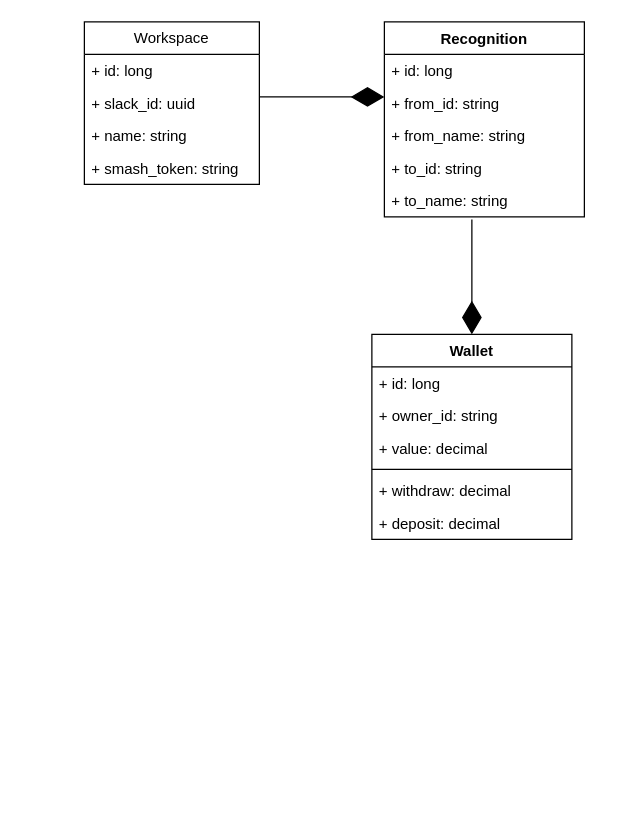
jaya/kudos-jaya keeps this draw.io diagram as page "Classes" (1 of 2) of kudos-jaya.drawio. Above is the earlier version. Source tidied: cells renumbered, new cells numbered last; positions are measured from the earlier drawing's top-left corner, leaving out a move shared by most shapes. Both pictures are drawn from the tidied source at 125%, with x=0, y=0 at pixel (84, 21).
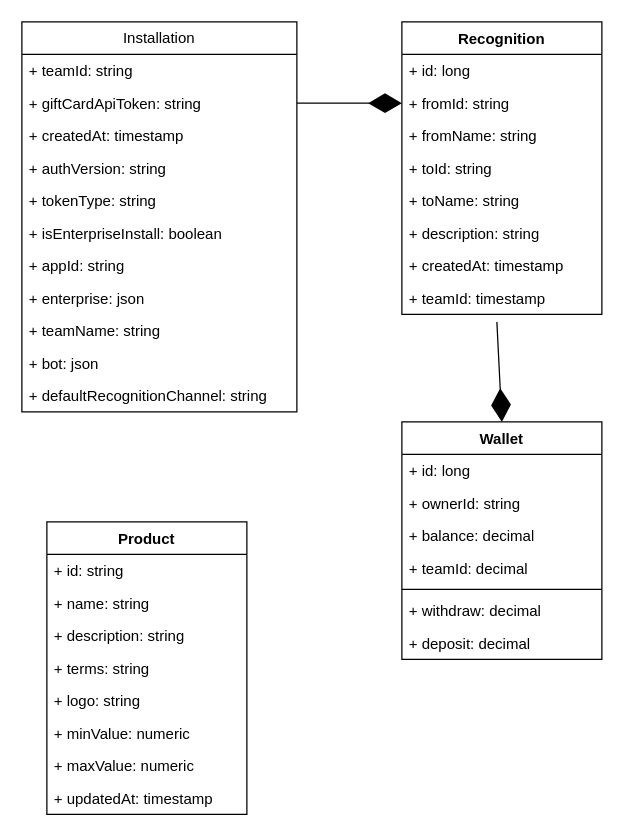
After the change.

Change to the diagram source:
```diff
@@
-    <mxCell id="2" value="Workspace" style="swimlane;fontStyle=0;horizontal=1;startSize=26;fillColor=none;whiteSpace=wrap;html=1;" parent="1" vertex="1">
-      <mxGeometry width="140" height="130" as="geometry" />
+    <mxCell id="2" value="Installation" style="swimlane;fontStyle=0;horizontal=1;startSize=26;fillColor=none;whiteSpace=wrap;html=1;" parent="1" vertex="1">
+      <mxGeometry x="-50" width="220" height="312" as="geometry" />
     </mxCell>
-    <mxCell id="3" value="+ id: long" style="text;strokeColor=none;fillColor=none;align=left;verticalAlign=top;spacingLeft=4;spacingRight=4;overflow=hidden;whiteSpace=wrap;html=1;" parent="2" vertex="1">
-      <mxGeometry y="26" width="140" height="26" as="geometry" />
+    <mxCell id="3" value="+ teamId: string" style="text;strokeColor=none;fillColor=none;align=left;verticalAlign=top;spacingLeft=4;spacingRight=4;overflow=hidden;whiteSpace=wrap;html=1;" parent="2" vertex="1">
+      <mxGeometry y="26" width="220" height="26" as="geometry" />
     </mxCell>
-    <mxCell id="4" value="+ slack_id: uuid" style="text;strokeColor=none;fillColor=none;align=left;verticalAlign=top;spacingLeft=4;spacingRight=4;overflow=hidden;points=[[0,0.5],[1,0.5]];portConstraint=eastwest;whiteSpace=wrap;html=1;" parent="2" vertex="1">
-      <mxGeometry y="52" width="140" height="26" as="geometry" />
+    <mxCell id="4" value="+ giftCardApiToken: string" style="text;strokeColor=none;fillColor=none;align=left;verticalAlign=top;spacingLeft=4;spacingRight=4;overflow=hidden;points=[[0,0.5],[1,0.5]];portConstraint=eastwest;whiteSpace=wrap;html=1;" parent="2" vertex="1">
+      <mxGeometry y="52" width="220" height="26" as="geometry" />
     </mxCell>
-    <mxCell id="5" value="+ name: string" style="text;strokeColor=none;fillColor=none;align=left;verticalAlign=top;spacingLeft=4;spacingRight=4;overflow=hidden;whiteSpace=wrap;html=1;" parent="2" vertex="1">
-      <mxGeometry y="78" width="140" height="26" as="geometry" />
+    <mxCell id="5" value="+ createdAt: timestamp" style="text;strokeColor=none;fillColor=none;align=left;verticalAlign=top;spacingLeft=4;spacingRight=4;overflow=hidden;whiteSpace=wrap;html=1;" parent="2" vertex="1">
+      <mxGeometry y="78" width="220" height="26" as="geometry" />
     </mxCell>
-    <mxCell id="6" value="+ smash_token: string" style="text;strokeColor=none;fillColor=none;align=left;verticalAlign=top;spacingLeft=4;spacingRight=4;overflow=hidden;whiteSpace=wrap;html=1;" parent="2" vertex="1">
-      <mxGeometry y="104" width="140" height="26" as="geometry" />
-    </mxCell>
+    <mxCell id="22" value="+ authVersion: string" style="text;strokeColor=none;fillColor=none;align=left;verticalAlign=top;spacingLeft=4;spacingRight=4;overflow=hidden;whiteSpace=wrap;html=1;" parent="2" vertex="1">
+      <mxGeometry y="104" width="220" height="26" as="geometry" />
+    </mxCell>
+    <mxCell id="23" value="+ tokenType: string" style="text;strokeColor=none;fillColor=none;align=left;verticalAlign=top;spacingLeft=4;spacingRight=4;overflow=hidden;whiteSpace=wrap;html=1;" parent="2" vertex="1">
+      <mxGeometry y="130" width="220" height="26" as="geometry" />
+    </mxCell>
+    <mxCell id="24" value="+ isEnterpriseInstall: boolean" style="text;strokeColor=none;fillColor=none;align=left;verticalAlign=top;spacingLeft=4;spacingRight=4;overflow=hidden;whiteSpace=wrap;html=1;" parent="2" vertex="1">
+      <mxGeometry y="156" width="220" height="26" as="geometry" />
+    </mxCell>
+    <mxCell id="25" value="+ appId: string" style="text;strokeColor=none;fillColor=none;align=left;verticalAlign=top;spacingLeft=4;spacingRight=4;overflow=hidden;whiteSpace=wrap;html=1;" parent="2" vertex="1">
+      <mxGeometry y="182" width="220" height="26" as="geometry" />
+    </mxCell>
+    <mxCell id="26" value="+ enterprise: json" style="text;strokeColor=none;fillColor=none;align=left;verticalAlign=top;spacingLeft=4;spacingRight=4;overflow=hidden;whiteSpace=wrap;html=1;" parent="2" vertex="1">
+      <mxGeometry y="208" width="220" height="26" as="geometry" />
+    </mxCell>
+    <mxCell id="27" value="+ teamName: string" style="text;strokeColor=none;fillColor=none;align=left;verticalAlign=top;spacingLeft=4;spacingRight=4;overflow=hidden;whiteSpace=wrap;html=1;" parent="2" vertex="1">
+      <mxGeometry y="234" width="220" height="26" as="geometry" />
+    </mxCell>
+    <mxCell id="28" value="+ bot: json" style="text;strokeColor=none;fillColor=none;align=left;verticalAlign=top;spacingLeft=4;spacingRight=4;overflow=hidden;whiteSpace=wrap;html=1;" parent="2" vertex="1">
+      <mxGeometry y="260" width="220" height="26" as="geometry" />
+    </mxCell>
+    <mxCell id="29" value="+ defaultRecognitionChannel: string" style="text;strokeColor=none;fillColor=none;align=left;verticalAlign=top;spacingLeft=4;spacingRight=4;overflow=hidden;whiteSpace=wrap;html=1;" parent="2" vertex="1">
+      <mxGeometry y="286" width="220" height="26" as="geometry" />
+    </mxCell>
     <mxCell id="7" value="Recognition" style="swimlane;fontStyle=1;align=center;verticalAlign=top;horizontal=1;startSize=26;whiteSpace=wrap;html=1;" parent="1" vertex="1">
-      <mxGeometry x="240" width="160" height="156" as="geometry" />
+      <mxGeometry x="254" width="160" height="234" as="geometry" />
     </mxCell>
@@
-    <mxCell id="9" value="+ from_id: string" style="text;strokeColor=none;fillColor=none;align=left;verticalAlign=top;spacingLeft=4;spacingRight=4;overflow=hidden;points=[[0,0.5],[1,0.5]];portConstraint=eastwest;whiteSpace=wrap;html=1;" parent="7" vertex="1">
+    <mxCell id="9" value="+ fromId: string" style="text;strokeColor=none;fillColor=none;align=left;verticalAlign=top;spacingLeft=4;spacingRight=4;overflow=hidden;points=[[0,0.5],[1,0.5]];portConstraint=eastwest;whiteSpace=wrap;html=1;" parent="7" vertex="1">
       <mxGeometry y="52" width="160" height="26" as="geometry" />
     </mxCell>
-    <mxCell id="10" value="+ from_name: string" style="text;strokeColor=none;fillColor=none;align=left;verticalAlign=top;spacingLeft=4;spacingRight=4;overflow=hidden;whiteSpace=wrap;html=1;" parent="7" vertex="1">
+    <mxCell id="10" value="+ fromName: string" style="text;strokeColor=none;fillColor=none;align=left;verticalAlign=top;spacingLeft=4;spacingRight=4;overflow=hidden;whiteSpace=wrap;html=1;" parent="7" vertex="1">
       <mxGeometry y="78" width="160" height="26" as="geometry" />
     </mxCell>
-    <mxCell id="11" value="+ to_id: string" style="text;strokeColor=none;fillColor=none;align=left;verticalAlign=top;spacingLeft=4;spacingRight=4;overflow=hidden;whiteSpace=wrap;html=1;" parent="7" vertex="1">
+    <mxCell id="11" value="+ toId: string" style="text;strokeColor=none;fillColor=none;align=left;verticalAlign=top;spacingLeft=4;spacingRight=4;overflow=hidden;whiteSpace=wrap;html=1;" parent="7" vertex="1">
       <mxGeometry y="104" width="160" height="26" as="geometry" />
     </mxCell>
-    <mxCell id="12" value="+ to_name: string" style="text;strokeColor=none;fillColor=none;align=left;verticalAlign=top;spacingLeft=4;spacingRight=4;overflow=hidden;whiteSpace=wrap;html=1;" parent="7" vertex="1">
+    <mxCell id="12" value="+ toName: string" style="text;strokeColor=none;fillColor=none;align=left;verticalAlign=top;spacingLeft=4;spacingRight=4;overflow=hidden;whiteSpace=wrap;html=1;" parent="7" vertex="1">
       <mxGeometry y="130" width="160" height="26" as="geometry" />
     </mxCell>
+    <mxCell id="30" value="+ description: string" style="text;strokeColor=none;fillColor=none;align=left;verticalAlign=top;spacingLeft=4;spacingRight=4;overflow=hidden;whiteSpace=wrap;html=1;" parent="7" vertex="1">
+      <mxGeometry y="156" width="160" height="26" as="geometry" />
+    </mxCell>
+    <mxCell id="31" value="+ createdAt: timestamp" style="text;strokeColor=none;fillColor=none;align=left;verticalAlign=top;spacingLeft=4;spacingRight=4;overflow=hidden;whiteSpace=wrap;html=1;" parent="7" vertex="1">
+      <mxGeometry y="182" width="160" height="26" as="geometry" />
+    </mxCell>
+    <mxCell id="32" value="+ teamId: timestamp" style="text;strokeColor=none;fillColor=none;align=left;verticalAlign=top;spacingLeft=4;spacingRight=4;overflow=hidden;whiteSpace=wrap;html=1;" parent="7" vertex="1">
+      <mxGeometry y="208" width="160" height="26" as="geometry" />
+    </mxCell>
-    <mxCell id="13" style="endArrow=diamondThin;endFill=1;endSize=24;html=1;rounded=0;exitX=1;exitY=0.5;exitDx=0;exitDy=0;" parent="1" edge="1">
-      <mxGeometry relative="1" as="geometry">
-        <mxPoint x="140" y="60" as="sourcePoint" />
-        <mxPoint x="240" y="60" as="targetPoint" />
-      </mxGeometry>
+    <mxCell id="13" style="endArrow=diamondThin;endFill=1;endSize=24;html=1;rounded=0;exitX=1;exitY=0.5;exitDx=0;exitDy=0;entryX=0;entryY=0.5;entryDx=0;entryDy=0;" parent="1" edge="1" source="4" target="9">
+      <mxGeometry relative="1" as="geometry" />
     </mxCell>
     <mxCell id="14" value="Wallet" style="swimlane;fontStyle=1;align=center;verticalAlign=top;horizontal=1;startSize=26;whiteSpace=wrap;html=1;" parent="1" vertex="1">
-      <mxGeometry x="230" y="250" width="160" height="164" as="geometry" />
+      <mxGeometry x="254" y="320" width="160" height="190" as="geometry" />
     </mxCell>
@@
-    <mxCell id="16" value="+ owner_id: string" style="text;strokeColor=none;fillColor=none;align=left;verticalAlign=top;spacingLeft=4;spacingRight=4;overflow=hidden;whiteSpace=wrap;html=1;" parent="14" vertex="1">
+    <mxCell id="16" value="+ ownerId: string" style="text;strokeColor=none;fillColor=none;align=left;verticalAlign=top;spacingLeft=4;spacingRight=4;overflow=hidden;whiteSpace=wrap;html=1;" parent="14" vertex="1">
       <mxGeometry y="52" width="160" height="26" as="geometry" />
     </mxCell>
-    <mxCell id="17" value="+ value: decimal" style="text;strokeColor=none;fillColor=none;align=left;verticalAlign=top;spacingLeft=4;spacingRight=4;overflow=hidden;whiteSpace=wrap;html=1;" parent="14" vertex="1">
+    <mxCell id="17" value="+ balance: decimal" style="text;strokeColor=none;fillColor=none;align=left;verticalAlign=top;spacingLeft=4;spacingRight=4;overflow=hidden;whiteSpace=wrap;html=1;" parent="14" vertex="1">
       <mxGeometry y="78" width="160" height="26" as="geometry" />
     </mxCell>
+    <mxCell id="33" value="+ teamId: decimal" style="text;strokeColor=none;fillColor=none;align=left;verticalAlign=top;spacingLeft=4;spacingRight=4;overflow=hidden;whiteSpace=wrap;html=1;" parent="14" vertex="1">
+      <mxGeometry y="104" width="160" height="26" as="geometry" />
+    </mxCell>
     <mxCell id="18" style="line;strokeWidth=1;fillColor=none;align=left;verticalAlign=middle;spacingTop=-1;spacingLeft=3;spacingRight=3;labelPosition=right;strokeColor=inherit;" parent="14" vertex="1">
-      <mxGeometry y="104" width="160" height="8" as="geometry" />
+      <mxGeometry y="130" width="160" height="8" as="geometry" />
     </mxCell>
     <mxCell id="19" value="+ withdraw: decimal" style="text;strokeColor=none;fillColor=none;align=left;verticalAlign=top;spacingLeft=4;spacingRight=4;overflow=hidden;whiteSpace=wrap;html=1;" parent="14" vertex="1">
-      <mxGeometry y="112" width="160" height="26" as="geometry" />
+      <mxGeometry y="138" width="160" height="26" as="geometry" />
     </mxCell>
     <mxCell id="20" value="+ deposit: decimal" style="text;strokeColor=none;fillColor=none;align=left;verticalAlign=top;spacingLeft=4;spacingRight=4;overflow=hidden;whiteSpace=wrap;html=1;" parent="14" vertex="1">
-      <mxGeometry y="138" width="160" height="26" as="geometry" />
+      <mxGeometry y="164" width="160" height="26" as="geometry" />
     </mxCell>
     <mxCell id="21" style="endArrow=diamondThin;endFill=1;endSize=24;html=1;rounded=0;entryX=0.5;entryY=0;entryDx=0;entryDy=0;" parent="1" edge="1" target="14">
       <mxGeometry relative="1" as="geometry">
-        <mxPoint x="310" y="158" as="sourcePoint" />
+        <mxPoint x="330" y="240" as="sourcePoint" />
       </mxGeometry>
     </mxCell>
+    <mxCell id="34" value="Product" style="swimlane;fontStyle=1;align=center;verticalAlign=top;horizontal=1;startSize=26;whiteSpace=wrap;html=1;" parent="1" vertex="1">
+      <mxGeometry x="-30" y="400" width="160" height="234" as="geometry" />
+    </mxCell>
+    <mxCell id="35" value="+ id: string" style="text;strokeColor=none;fillColor=none;align=left;verticalAlign=top;spacingLeft=4;spacingRight=4;overflow=hidden;whiteSpace=wrap;html=1;" parent="34" vertex="1">
+      <mxGeometry y="26" width="160" height="26" as="geometry" />
+    </mxCell>
+    <mxCell id="36" value="+ name: string" style="text;strokeColor=none;fillColor=none;align=left;verticalAlign=top;spacingLeft=4;spacingRight=4;overflow=hidden;whiteSpace=wrap;html=1;" parent="34" vertex="1">
+      <mxGeometry y="52" width="160" height="26" as="geometry" />
+    </mxCell>
+    <mxCell id="37" value="+ description: string" style="text;strokeColor=none;fillColor=none;align=left;verticalAlign=top;spacingLeft=4;spacingRight=4;overflow=hidden;whiteSpace=wrap;html=1;" parent="34" vertex="1">
+      <mxGeometry y="78" width="160" height="26" as="geometry" />
+    </mxCell>
+    <mxCell id="38" value="+ terms: string" style="text;strokeColor=none;fillColor=none;align=left;verticalAlign=top;spacingLeft=4;spacingRight=4;overflow=hidden;whiteSpace=wrap;html=1;" parent="34" vertex="1">
+      <mxGeometry y="104" width="160" height="26" as="geometry" />
+    </mxCell>
+    <mxCell id="39" value="+ logo: string" style="text;strokeColor=none;fillColor=none;align=left;verticalAlign=top;spacingLeft=4;spacingRight=4;overflow=hidden;whiteSpace=wrap;html=1;" parent="34" vertex="1">
+      <mxGeometry y="130" width="160" height="26" as="geometry" />
+    </mxCell>
+    <mxCell id="40" value="+ minValue: numeric" style="text;strokeColor=none;fillColor=none;align=left;verticalAlign=top;spacingLeft=4;spacingRight=4;overflow=hidden;whiteSpace=wrap;html=1;" parent="34" vertex="1">
+      <mxGeometry y="156" width="160" height="26" as="geometry" />
+    </mxCell>
+    <mxCell id="41" value="+ maxValue: numeric" style="text;strokeColor=none;fillColor=none;align=left;verticalAlign=top;spacingLeft=4;spacingRight=4;overflow=hidden;whiteSpace=wrap;html=1;" parent="34" vertex="1">
+      <mxGeometry y="182" width="160" height="26" as="geometry" />
+    </mxCell>
+    <mxCell id="42" value="+ updatedAt: timestamp" style="text;strokeColor=none;fillColor=none;align=left;verticalAlign=top;spacingLeft=4;spacingRight=4;overflow=hidden;whiteSpace=wrap;html=1;" parent="34" vertex="1">
+      <mxGeometry y="208" width="160" height="26" as="geometry" />
+    </mxCell>
```
